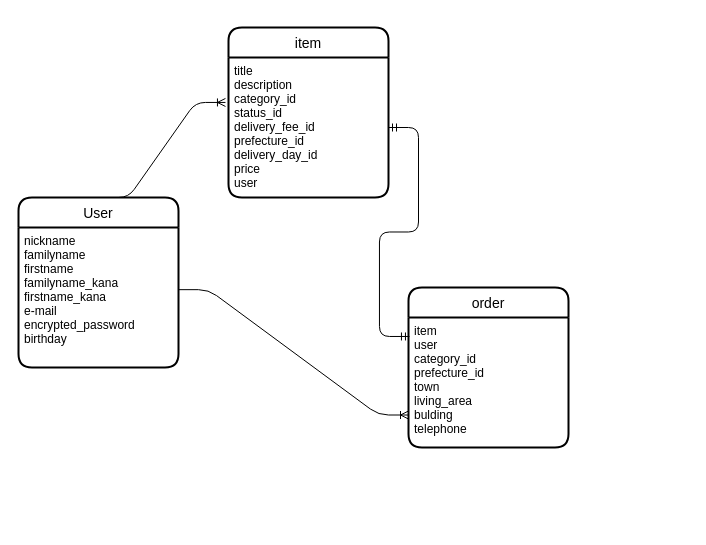
The draw.io diagram furima.dio in summerorange7/furima-37575, before the edit. Source tidied: cells renumbered, new cells numbered last; positions are measured from the earlier drawing's top-left corner, leaving out a move shared by most shapes. Both pictures are drawn from the tidied source at 100%, with x=0, y=0 at pixel (18, 17).
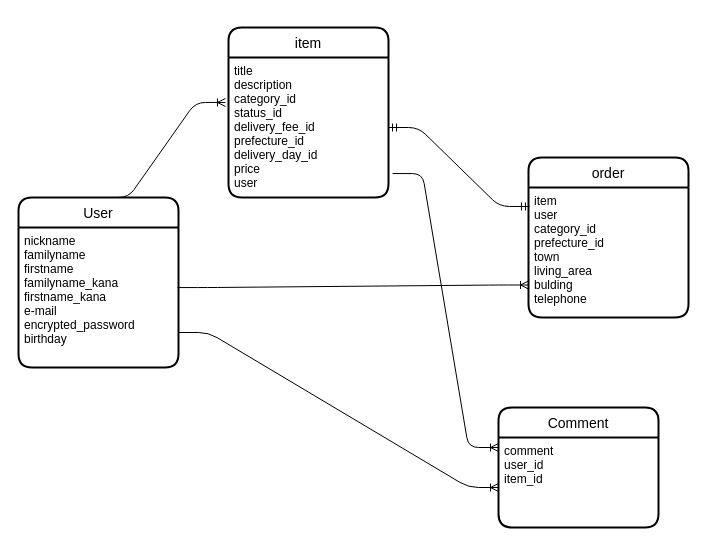
The same page after the edit.

The edit, as a diff of the source:
```diff
@@
 <mxGraphModel>
   <root>
     <mxCell id="0" />
     <mxCell id="1" parent="0" />
-    <mxCell id="2" style="edgeStyle=entityRelationEdgeStyle;fontSize=12;html=1;endArrow=ERoneToMany;exitX=1;exitY=0.444;exitDx=0;exitDy=0;entryX=0;entryY=0.75;entryDx=0;entryDy=0;exitPerimeter=0;" parent="1" edge="1" source="5" target="10">
+    <mxCell id="2" style="edgeStyle=entityRelationEdgeStyle;fontSize=12;html=1;endArrow=ERoneToMany;exitX=0.994;exitY=0.429;exitDx=0;exitDy=0;entryX=0;entryY=0.75;entryDx=0;entryDy=0;exitPerimeter=0;" parent="1" edge="1" source="5" target="10">
       <mxGeometry relative="1" as="geometry" />
     </mxCell>
     <mxCell id="3" style="edgeStyle=entityRelationEdgeStyle;fontSize=12;html=1;endArrow=ERmandOne;startArrow=ERmandOne;entryX=0.006;entryY=0.146;entryDx=0;entryDy=0;entryPerimeter=0;exitX=1;exitY=0.5;exitDx=0;exitDy=0;" parent="1" edge="1" source="7" target="10">
       <mxGeometry relative="1" as="geometry" />
     </mxCell>
     <mxCell id="4" value="User" style="swimlane;horizontal=1;startSize=30;rounded=1;fontSize=14;fontStyle=0;strokeWidth=2;shadow=0;dashed=0;align=center;" parent="1" vertex="1">
       <mxGeometry y="180" width="160" height="170" as="geometry" />
     </mxCell>
     <mxCell id="5" value="nickname&#10;familyname&#10;firstname&#10;familyname_kana&#10;firstname_kana&#10;e-mail&#10;encrypted_password&#10;birthday" style="align=left;strokeColor=none;fillColor=none;spacingLeft=4;fontSize=12;verticalAlign=top;" parent="4" vertex="1">
       <mxGeometry y="30" width="160" height="140" as="geometry" />
     </mxCell>
     <mxCell id="6" value="item" style="swimlane;horizontal=1;startSize=30;rounded=1;fontSize=14;fontStyle=0;strokeWidth=2;shadow=0;dashed=0;align=center;" parent="1" vertex="1">
       <mxGeometry x="210" y="10" width="160" height="170" as="geometry" />
     </mxCell>
     <mxCell id="7" value="title&#10;description&#10;category_id&#10;status_id&#10;delivery_fee_id&#10;prefecture_id&#10;delivery_day_id&#10;price&#10;user&#10;" style="align=left;strokeColor=none;fillColor=none;spacingLeft=4;fontSize=12;verticalAlign=top;" parent="6" vertex="1">
       <mxGeometry y="30" width="160" height="140" as="geometry" />
     </mxCell>
     <mxCell id="8" style="edgeStyle=entityRelationEdgeStyle;fontSize=12;html=1;endArrow=ERoneToMany;entryX=-0.019;entryY=0.321;entryDx=0;entryDy=0;entryPerimeter=0;exitX=0.5;exitY=0;exitDx=0;exitDy=0;" parent="1" edge="1" source="4" target="7">
       <mxGeometry relative="1" as="geometry" />
     </mxCell>
     <mxCell id="9" value="order" style="swimlane;horizontal=1;startSize=30;rounded=1;fontSize=14;fontStyle=0;strokeWidth=2;shadow=0;dashed=0;align=center;" parent="1" vertex="1">
-      <mxGeometry x="390" y="270" width="160" height="160" as="geometry" />
+      <mxGeometry x="510" y="140" width="160" height="160" as="geometry" />
     </mxCell>
     <mxCell id="10" value="item&#10;user&#10;category_id&#10;prefecture_id&#10;town&#10;living_area&#10;bulding&#10;telephone" style="align=left;strokeColor=none;fillColor=none;spacingLeft=4;fontSize=12;verticalAlign=top;" parent="9" vertex="1">
       <mxGeometry y="30" width="160" height="130" as="geometry" />
     </mxCell>
     <mxCell id="11" value="&lt;div style=&quot;color: rgb(212 , 212 , 212) ; background-color: rgb(30 , 30 , 30) ; font-family: &amp;#34;menlo&amp;#34; , &amp;#34;monaco&amp;#34; , &amp;#34;courier new&amp;#34; , monospace ; font-weight: normal ; font-size: 12px ; line-height: 18px&quot;&gt;&lt;br&gt;&lt;/div&gt;" style="text;whiteSpace=wrap;html=1;" parent="1" vertex="1">
       <mxGeometry width="180" height="50" as="geometry" />
     </mxCell>
+    <mxCell id="12" value="Comment" style="swimlane;horizontal=1;startSize=30;rounded=1;fontSize=14;fontStyle=0;strokeWidth=2;shadow=0;dashed=0;align=center;" parent="1" vertex="1">
+      <mxGeometry x="480" y="390" width="160" height="120" as="geometry" />
+    </mxCell>
+    <mxCell id="13" value="comment&#10;user_id&#10;item_id" style="align=left;strokeColor=none;fillColor=none;spacingLeft=4;fontSize=12;verticalAlign=top;" parent="12" vertex="1">
+      <mxGeometry y="30" width="160" height="90" as="geometry" />
+    </mxCell>
+    <mxCell id="14" style="edgeStyle=entityRelationEdgeStyle;fontSize=12;html=1;endArrow=ERoneToMany;exitX=1;exitY=0.75;exitDx=0;exitDy=0;" parent="1" edge="1" source="5">
+      <mxGeometry relative="1" as="geometry">
+        <mxPoint x="480" y="470" as="targetPoint" />
+      </mxGeometry>
+    </mxCell>
+    <mxCell id="15" style="edgeStyle=entityRelationEdgeStyle;fontSize=12;html=1;endArrow=ERoneToMany;exitX=1.025;exitY=0.829;exitDx=0;exitDy=0;exitPerimeter=0;" parent="1" edge="1" source="7">
+      <mxGeometry relative="1" as="geometry">
+        <mxPoint x="480" y="430" as="targetPoint" />
+      </mxGeometry>
+    </mxCell>
   </root>
 </mxGraphModel>
```
